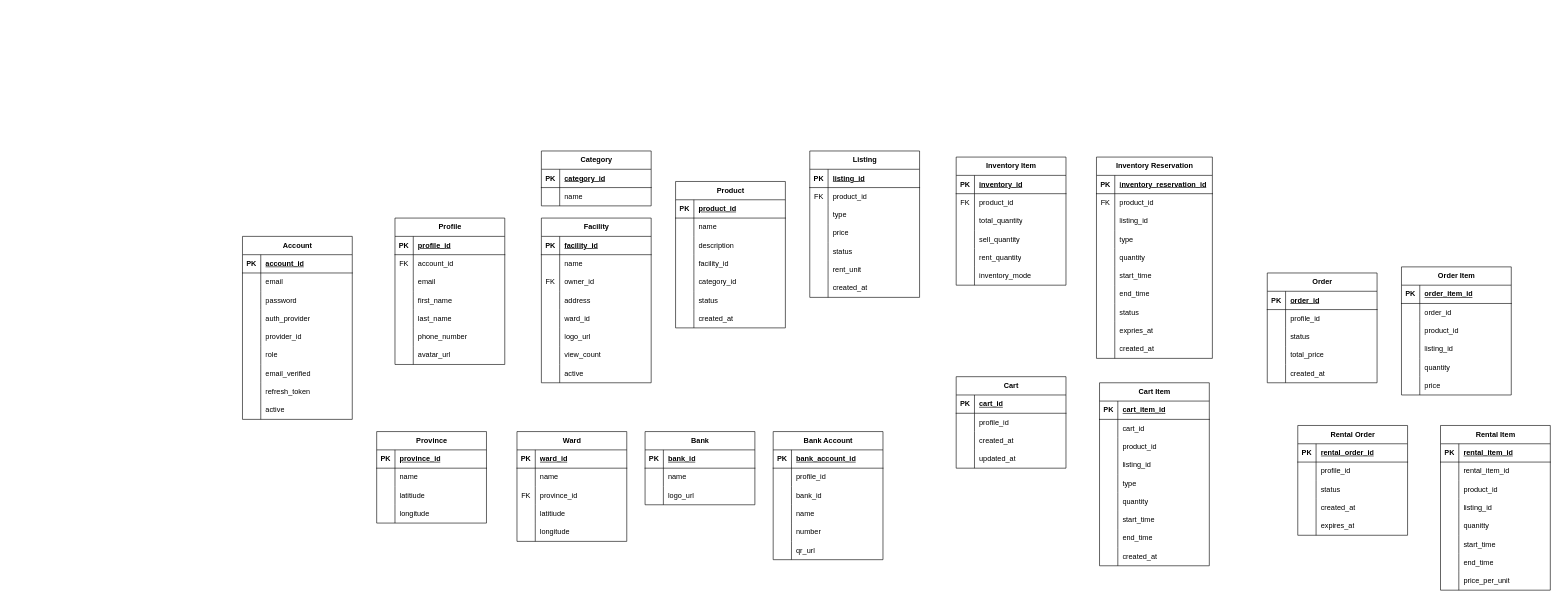
The draw.io diagram erd.drawio in Naodab/Second_Life, before the edit. Source tidied: cells renumbered, new cells numbered last; positions are measured from the earlier drawing's top-left corner, leaving out a move shared by most shapes. Both pictures are drawn from the tidied source at 61%, with x=0, y=0 at pixel (242, 151).
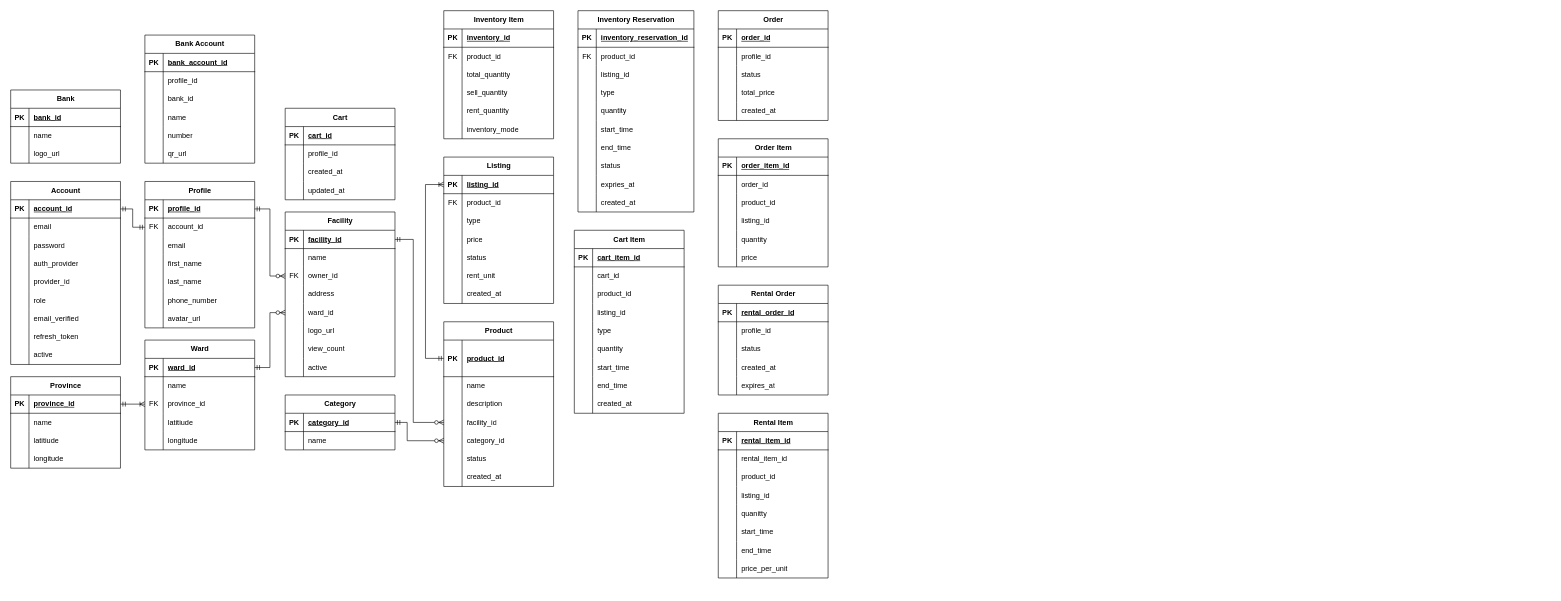
After the change.

The change refers to these unchanged cells:
```xml
<mxCell id="3" style="shape=tableRow;horizontal=0;startSize=0;swimlaneHead=0;swimlaneBody=0;fillColor=none;points=[[0,0.5],[1,0.5]];portConstraint=eastwest;top=0;left=0;right=0;bottom=1;" parent="2" vertex="1">
  <mxGeometry y="30" width="180" height="30" as="geometry" />
</mxCell>
<mxCell id="31" style="shape=tableRow;horizontal=0;startSize=0;swimlaneHead=0;swimlaneBody=0;fillColor=none;points=[[0,0.5],[1,0.5]];portConstraint=eastwest;top=0;left=0;right=0;bottom=1;" parent="30" vertex="1">
  <mxGeometry y="30" width="180" height="30" as="geometry" />
</mxCell>
<mxCell id="34" style="shape=tableRow;horizontal=0;startSize=0;swimlaneHead=0;swimlaneBody=0;fillColor=none;points=[[0,0.5],[1,0.5]];portConstraint=eastwest;top=0;left=0;right=0;bottom=0;" parent="30" vertex="1">
  <mxGeometry y="60" width="180" height="30" as="geometry" />
</mxCell>
<mxCell id="53" style="shape=tableRow;horizontal=0;startSize=0;swimlaneHead=0;swimlaneBody=0;fillColor=none;points=[[0,0.5],[1,0.5]];portConstraint=eastwest;top=0;left=0;right=0;bottom=1;" parent="52" vertex="1">
  <mxGeometry y="30" width="180" height="30" as="geometry" />
</mxCell>
<mxCell id="60" style="shape=tableRow;horizontal=0;startSize=0;swimlaneHead=0;swimlaneBody=0;fillColor=none;points=[[0,0.5],[1,0.5]];portConstraint=eastwest;top=0;left=0;right=0;bottom=1;" parent="59" vertex="1">
  <mxGeometry y="30" width="180" height="30" as="geometry" />
</mxCell>
<mxCell id="66" style="shape=tableRow;horizontal=0;startSize=0;swimlaneHead=0;swimlaneBody=0;fillColor=none;points=[[0,0.5],[1,0.5]];portConstraint=eastwest;top=0;left=0;right=0;bottom=0;" parent="59" vertex="1">
  <mxGeometry y="90" width="180" height="30" as="geometry" />
</mxCell>
<mxCell id="76" style="shape=tableRow;horizontal=0;startSize=0;swimlaneHead=0;swimlaneBody=0;fillColor=none;points=[[0,0.5],[1,0.5]];portConstraint=eastwest;top=0;left=0;right=0;bottom=1;" parent="75" vertex="1">
  <mxGeometry y="30" width="180" height="30" as="geometry" />
</mxCell>
<mxCell id="82" style="shape=tableRow;horizontal=0;startSize=0;swimlaneHead=0;swimlaneBody=0;fillColor=none;points=[[0,0.5],[1,0.5]];portConstraint=eastwest;top=0;left=0;right=0;bottom=0;" parent="75" vertex="1">
  <mxGeometry y="90" width="180" height="30" as="geometry" />
</mxCell>
<mxCell id="88" style="shape=tableRow;horizontal=0;startSize=0;swimlaneHead=0;swimlaneBody=0;fillColor=none;points=[[0,0.5],[1,0.5]];portConstraint=eastwest;top=0;left=0;right=0;bottom=0;" parent="75" vertex="1">
  <mxGeometry y="150" width="180" height="30" as="geometry" />
</mxCell>
<mxCell id="111" style="shape=tableRow;horizontal=0;startSize=0;swimlaneHead=0;swimlaneBody=0;fillColor=none;points=[[0,0.5],[1,0.5]];portConstraint=eastwest;top=0;left=0;right=0;bottom=1;" parent="110" vertex="1">
  <mxGeometry y="30" width="180" height="30" as="geometry" />
</mxCell>
<mxCell id="143" style="shape=tableRow;horizontal=0;startSize=0;swimlaneHead=0;swimlaneBody=0;fillColor=none;points=[[0,0.5],[1,0.5]];portConstraint=eastwest;top=0;left=0;right=0;bottom=1;" parent="142" vertex="1">
  <mxGeometry y="30" width="180" height="30" as="geometry" />
</mxCell>
```

Change to the diagram source:
```diff
@@
     <mxCell id="2" value="Account" style="shape=table;startSize=30;childLayout=tableLayout;rowLines=0;fontStyle=1;align=center;html=1;" parent="1" vertex="1">
-      <mxGeometry y="140" width="180" height="300" as="geometry" />
+      <mxGeometry x="-380" y="50" width="180" height="300" as="geometry" />
     </mxCell>
@@
     <mxCell id="30" value="Profile" style="shape=table;startSize=30;childLayout=tableLayout;rowLines=0;fontStyle=1;align=center;html=1;" parent="1" vertex="1">
-      <mxGeometry x="250" y="110" width="180" height="240" as="geometry" />
+      <mxGeometry x="-160" y="50" width="180" height="240" as="geometry" />
     </mxCell>
@@
     <mxCell id="52" value="Category" style="shape=table;startSize=30;childLayout=tableLayout;rowLines=0;fontStyle=1;align=center;html=1;" parent="1" vertex="1">
-      <mxGeometry x="490" width="180" height="90" as="geometry" />
+      <mxGeometry x="70" y="400" width="180" height="90" as="geometry" />
     </mxCell>
@@
     <mxCell id="59" value="Ward" style="shape=table;startSize=30;childLayout=tableLayout;rowLines=0;fontStyle=1;align=center;html=1;" parent="1" vertex="1">
-      <mxGeometry x="450" y="460" width="180" height="180" as="geometry" />
+      <mxGeometry x="-160" y="310" width="180" height="180" as="geometry" />
     </mxCell>
@@
     <mxCell id="75" value="Facility" style="shape=table;startSize=30;childLayout=tableLayout;rowLines=0;fontStyle=1;align=center;html=1;" parent="1" vertex="1">
-      <mxGeometry x="490" y="110" width="180" height="270" as="geometry" />
+      <mxGeometry x="70" y="100" width="180" height="270" as="geometry" />
     </mxCell>
@@
     <mxCell id="100" value="Bank" style="shape=table;startSize=30;childLayout=tableLayout;rowLines=0;fontStyle=1;align=center;html=1;" parent="1" vertex="1">
-      <mxGeometry x="660" y="460" width="180" height="120" as="geometry" />
+      <mxGeometry x="-380" y="-100" width="180" height="120" as="geometry" />
     </mxCell>
@@
     <mxCell id="110" value="Province" style="shape=table;startSize=30;childLayout=tableLayout;rowLines=0;fontStyle=1;align=center;html=1;" parent="1" vertex="1">
-      <mxGeometry x="220" y="460" width="180" height="150" as="geometry" />
+      <mxGeometry x="-380" y="370" width="180" height="150" as="geometry" />
     </mxCell>
@@
     <mxCell id="123" value="Bank Account" style="shape=table;startSize=30;childLayout=tableLayout;rowLines=0;fontStyle=1;align=center;html=1;" parent="1" vertex="1">
-      <mxGeometry x="870" y="460" width="180" height="210" as="geometry" />
+      <mxGeometry x="-160" y="-190" width="180" height="210" as="geometry" />
     </mxCell>
@@
     <mxCell id="142" value="Listing" style="shape=table;startSize=30;childLayout=tableLayout;rowLines=0;fontStyle=1;align=center;html=1;" parent="1" vertex="1">
-      <mxGeometry x="930" width="180" height="240" as="geometry" />
+      <mxGeometry x="330" y="10" width="180" height="240" as="geometry" />
     </mxCell>
@@
     <mxCell id="164" value="Product" style="shape=table;startSize=30;childLayout=tableLayout;rowLines=0;fontStyle=1;align=center;html=1;" parent="1" vertex="1">
-      <mxGeometry x="710" y="50" width="180" height="240" as="geometry" />
+      <mxGeometry x="330" y="280" width="180" height="270" as="geometry" />
     </mxCell>
     <mxCell id="165" style="shape=tableRow;horizontal=0;startSize=0;swimlaneHead=0;swimlaneBody=0;fillColor=none;points=[[0,0.5],[1,0.5]];portConstraint=eastwest;top=0;left=0;right=0;bottom=1;" parent="164" vertex="1">
-      <mxGeometry y="30" width="180" height="30" as="geometry" />
+      <mxGeometry y="30" width="180" height="60" as="geometry" />
     </mxCell>
     <mxCell id="166" value="PK" style="shape=partialRectangle;fillColor=none;top=0;left=0;bottom=0;right=0;fontStyle=1;overflow=hidden;whiteSpace=wrap;html=1;" parent="165" vertex="1">
-      <mxGeometry width="30" height="30" as="geometry" />
+      <mxGeometry width="30" height="60" as="geometry" />
     </mxCell>
     <mxCell id="167" value="product_id" style="shape=partialRectangle;fillColor=none;top=0;left=0;bottom=0;right=0;align=left;spacingLeft=6;fontStyle=5;overflow=hidden;whiteSpace=wrap;html=1;" parent="165" vertex="1">
-      <mxGeometry x="30" width="150" height="30" as="geometry" />
+      <mxGeometry x="30" width="150" height="60" as="geometry" />
     </mxCell>
     <mxCell id="168" style="shape=tableRow;horizontal=0;startSize=0;swimlaneHead=0;swimlaneBody=0;fillColor=none;top=0;left=0;right=0;bottom=0;" parent="164" vertex="1">
-      <mxGeometry y="60" width="180" height="30" as="geometry" />
+      <mxGeometry y="90" width="180" height="30" as="geometry" />
     </mxCell>
@@
     <mxCell id="171" style="shape=tableRow;horizontal=0;startSize=0;swimlaneHead=0;swimlaneBody=0;fillColor=none;top=0;left=0;right=0;bottom=0;" parent="164" vertex="1">
-      <mxGeometry y="90" width="180" height="30" as="geometry" />
+      <mxGeometry y="120" width="180" height="30" as="geometry" />
     </mxCell>
@@
     <mxCell id="174" style="shape=tableRow;horizontal=0;startSize=0;swimlaneHead=0;swimlaneBody=0;fillColor=none;points=[[0,0.5],[1,0.5]];portConstraint=eastwest;top=0;left=0;right=0;bottom=0;" parent="164" vertex="1">
-      <mxGeometry y="120" width="180" height="30" as="geometry" />
+      <mxGeometry y="150" width="180" height="30" as="geometry" />
     </mxCell>
@@
     <mxCell id="177" style="shape=tableRow;horizontal=0;startSize=0;swimlaneHead=0;swimlaneBody=0;fillColor=none;points=[[0,0.5],[1,0.5]];portConstraint=eastwest;top=0;left=0;right=0;bottom=0;" parent="164" vertex="1">
-      <mxGeometry y="150" width="180" height="30" as="geometry" />
+      <mxGeometry y="180" width="180" height="30" as="geometry" />
     </mxCell>
@@
     <mxCell id="180" style="shape=tableRow;horizontal=0;startSize=0;swimlaneHead=0;swimlaneBody=0;fillColor=none;top=0;left=0;right=0;bottom=0;" parent="164" vertex="1">
-      <mxGeometry y="180" width="180" height="30" as="geometry" />
+      <mxGeometry y="210" width="180" height="30" as="geometry" />
     </mxCell>
@@
     <mxCell id="183" style="shape=tableRow;horizontal=0;startSize=0;swimlaneHead=0;swimlaneBody=0;fillColor=none;top=0;left=0;right=0;bottom=0;" parent="164" vertex="1">
-      <mxGeometry y="210" width="180" height="30" as="geometry" />
+      <mxGeometry y="240" width="180" height="30" as="geometry" />
     </mxCell>
@@
     <mxCell id="186" value="Inventory Item" style="shape=table;startSize=30;childLayout=tableLayout;rowLines=0;fontStyle=1;align=center;html=1;" parent="1" vertex="1">
-      <mxGeometry x="1170" y="10" width="180" height="210" as="geometry" />
+      <mxGeometry x="330" y="-230" width="180" height="210" as="geometry" />
     </mxCell>
@@
     <mxCell id="205" value="Inventory Reservation" style="shape=table;startSize=30;childLayout=tableLayout;rowLines=0;fontStyle=1;align=center;html=1;" parent="1" vertex="1">
-      <mxGeometry x="1400" y="10" width="190" height="330" as="geometry" />
+      <mxGeometry x="550" y="-230" width="190" height="330" as="geometry" />
     </mxCell>
@@
     <mxCell id="236" value="Cart" style="shape=table;startSize=30;childLayout=tableLayout;rowLines=0;fontStyle=1;align=center;html=1;" parent="1" vertex="1">
-      <mxGeometry x="1170" y="370" width="180" height="150" as="geometry" />
+      <mxGeometry x="70" y="-70" width="180" height="150" as="geometry" />
     </mxCell>
@@
     <mxCell id="249" value="Cart Item" style="shape=table;startSize=30;childLayout=tableLayout;rowLines=0;fontStyle=1;align=center;html=1;" parent="1" vertex="1">
-      <mxGeometry x="1405" y="380" width="180" height="300" as="geometry" />
+      <mxGeometry x="544" y="130" width="180" height="300" as="geometry" />
     </mxCell>
@@
     <mxCell id="277" value="Order" style="shape=table;startSize=30;childLayout=tableLayout;rowLines=0;fontStyle=1;align=center;html=1;" parent="1" vertex="1">
-      <mxGeometry x="1680" y="200" width="180" height="180" as="geometry" />
+      <mxGeometry x="780" y="-230" width="180" height="180" as="geometry" />
     </mxCell>
@@
     <mxCell id="293" value="Order Item" style="shape=table;startSize=30;childLayout=tableLayout;rowLines=0;fontStyle=1;align=center;html=1;" parent="1" vertex="1">
-      <mxGeometry x="1900" y="190" width="180" height="210" as="geometry" />
+      <mxGeometry x="780" y="-20" width="180" height="210" as="geometry" />
     </mxCell>
@@
     <mxCell id="312" value="Rental Order" style="shape=table;startSize=30;childLayout=tableLayout;rowLines=0;fontStyle=1;align=center;html=1;" parent="1" vertex="1">
-      <mxGeometry x="1730" y="450" width="180" height="180" as="geometry" />
+      <mxGeometry x="780" y="220" width="180" height="180" as="geometry" />
     </mxCell>
@@
     <mxCell id="328" value="Rental Item" style="shape=table;startSize=30;childLayout=tableLayout;rowLines=0;fontStyle=1;align=center;html=1;" parent="1" vertex="1">
-      <mxGeometry x="1964" y="450" width="180" height="270" as="geometry" />
+      <mxGeometry x="780" y="430" width="180" height="270" as="geometry" />
     </mxCell>
@@
+    <mxCell id="353" style="edgeStyle=orthogonalEdgeStyle;fontSize=12;html=1;endArrow=ERmandOne;startArrow=ERmandOne;rounded=0;exitX=1;exitY=0.5;exitDx=0;exitDy=0;entryX=0;entryY=0.5;entryDx=0;entryDy=0;" parent="1" edge="1" source="3" target="34">
+      <mxGeometry relative="1" as="geometry" />
+    </mxCell>
+    <mxCell id="354" style="edgeStyle=orthogonalEdgeStyle;fontSize=12;html=1;endArrow=ERzeroToMany;startArrow=ERmandOne;rounded=0;exitX=1;exitY=0.5;exitDx=0;exitDy=0;entryX=0;entryY=0.5;entryDx=0;entryDy=0;" parent="1" edge="1" source="31" target="82">
+      <mxGeometry relative="1" as="geometry" />
+    </mxCell>
+    <mxCell id="355" style="edgeStyle=orthogonalEdgeStyle;fontSize=12;html=1;endArrow=ERoneToMany;startArrow=ERmandOne;rounded=0;exitX=1;exitY=0.5;exitDx=0;exitDy=0;entryX=0;entryY=0.5;entryDx=0;entryDy=0;" parent="1" edge="1" source="111" target="66">
+      <mxGeometry relative="1" as="geometry" />
+    </mxCell>
+    <mxCell id="356" style="edgeStyle=orthogonalEdgeStyle;fontSize=12;html=1;endArrow=ERzeroToMany;startArrow=ERmandOne;rounded=0;exitX=1;exitY=0.5;exitDx=0;exitDy=0;entryX=0;entryY=0.5;entryDx=0;entryDy=0;" parent="1" edge="1" source="60" target="88">
+      <mxGeometry relative="1" as="geometry" />
+    </mxCell>
+    <mxCell id="357" style="edgeStyle=orthogonalEdgeStyle;fontSize=12;html=1;endArrow=ERzeroToMany;startArrow=ERmandOne;rounded=0;exitX=1;exitY=0.5;exitDx=0;exitDy=0;entryX=0;entryY=0.5;entryDx=0;entryDy=0;" parent="1" edge="1" source="76" target="174">
+      <mxGeometry relative="1" as="geometry">
+        <Array as="points">
+          <mxPoint x="280" y="145" />
+          <mxPoint x="280" y="445" />
+        </Array>
+      </mxGeometry>
+    </mxCell>
+    <mxCell id="358" style="edgeStyle=orthogonalEdgeStyle;fontSize=12;html=1;endArrow=ERzeroToMany;startArrow=ERmandOne;rounded=0;exitX=1;exitY=0.5;exitDx=0;exitDy=0;entryX=0;entryY=0.5;entryDx=0;entryDy=0;" parent="1" edge="1" source="53" target="177">
+      <mxGeometry relative="1" as="geometry">
+        <Array as="points">
+          <mxPoint x="270" y="445" />
+          <mxPoint x="270" y="475" />
+        </Array>
+      </mxGeometry>
+    </mxCell>
+    <mxCell id="359" style="edgeStyle=orthogonalEdgeStyle;fontSize=12;html=1;endArrow=ERoneToMany;startArrow=ERmandOne;rounded=0;exitX=0;exitY=0.5;exitDx=0;exitDy=0;entryX=0;entryY=0.5;entryDx=0;entryDy=0;" parent="1" edge="1" source="165" target="143">
+      <mxGeometry relative="1" as="geometry">
+        <Array as="points">
+          <mxPoint x="300" y="340" />
+          <mxPoint x="300" y="55" />
+        </Array>
+      </mxGeometry>
+    </mxCell>
```
